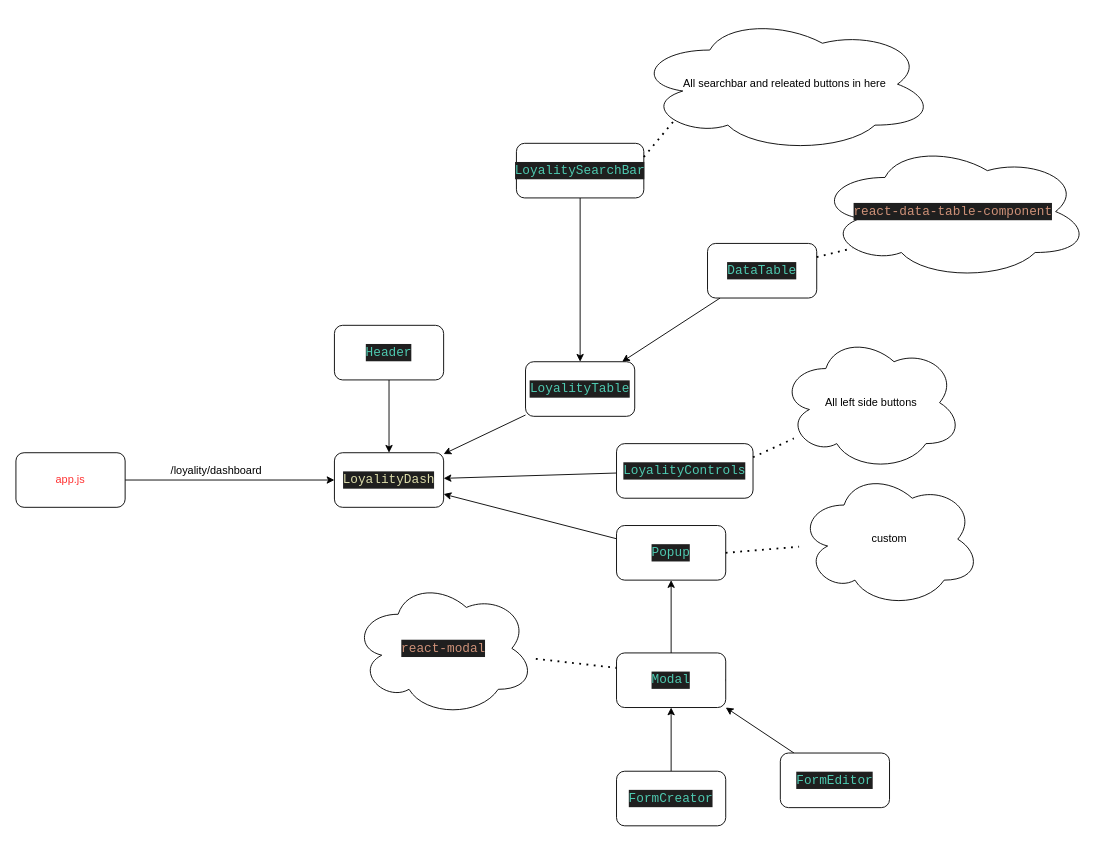
nxdun/Movie-theatre-management-system keeps this draw.io diagram as frontend/src/screens/loyality-component-hierachy.drawio. Above is the earlier version. Source tidied: cells renumbered, new cells numbered last; positions are measured from the earlier drawing's top-left corner, leaving out a move shared by most shapes. Both pictures are drawn from the tidied source at 91%, with x=0, y=0 at pixel (15, 15).
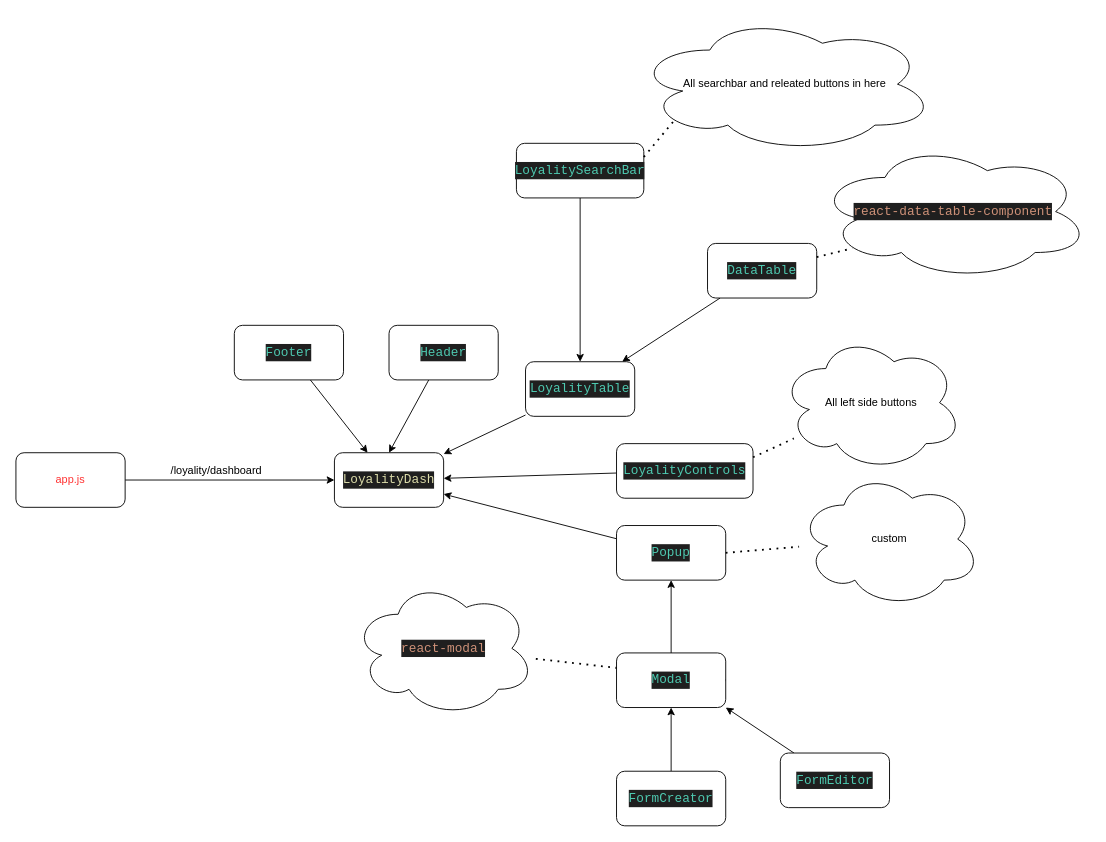
Above is the later version.

Unchanged cells that the change refers to:
```xml
<mxCell id="7" value="&lt;div style=&quot;color: rgb(204, 204, 204); background-color: rgb(31, 31, 31); font-family: Consolas, &amp;quot;Courier New&amp;quot;, monospace; font-size: 14px; line-height: 19px;&quot;&gt;&lt;span style=&quot;color: #dcdcaa;&quot;&gt;LoyalityDash&lt;/span&gt;&lt;/div&gt;" style="rounded=1;whiteSpace=wrap;html=1;" parent="1" vertex="1">
  <mxGeometry x="350" y="480" width="120" height="60" as="geometry" />
</mxCell>
```

Change to the diagram source:
```diff
@@
     <mxCell id="10" value="&lt;div style=&quot;color: rgb(204, 204, 204); background-color: rgb(31, 31, 31); font-family: Consolas, &amp;quot;Courier New&amp;quot;, monospace; font-size: 14px; line-height: 19px;&quot;&gt;&lt;span style=&quot;color: #4ec9b0;&quot;&gt;Header&lt;/span&gt;&lt;/div&gt;" style="whiteSpace=wrap;html=1;rounded=1;" parent="1" vertex="1">
-      <mxGeometry x="350" y="340" width="120" height="60" as="geometry" />
+      <mxGeometry x="410" y="340" width="120" height="60" as="geometry" />
     </mxCell>
@@
+    <mxCell id="37" style="edgeStyle=none;html=1;" parent="1" edge="1" source="38" target="7">
+      <mxGeometry relative="1" as="geometry" />
+    </mxCell>
+    <mxCell id="38" value="&lt;div style=&quot;color: rgb(204, 204, 204); background-color: rgb(31, 31, 31); font-family: Consolas, &amp;quot;Courier New&amp;quot;, monospace; font-size: 14px; line-height: 19px;&quot;&gt;&lt;span style=&quot;color: #4ec9b0;&quot;&gt;Footer&lt;/span&gt;&lt;/div&gt;" style="whiteSpace=wrap;html=1;rounded=1;" parent="1" vertex="1">
+      <mxGeometry x="240" y="340" width="120" height="60" as="geometry" />
+    </mxCell>
```
